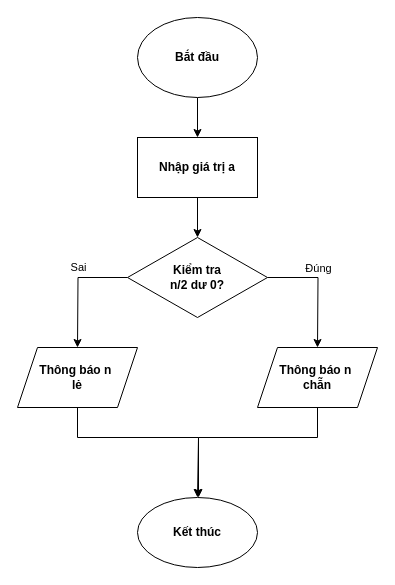
Above: Sesion1-Ex1.drawio in NguynHuuDai/baitapss1 (draw.io), before the change. Source tidied: cells renumbered, new cells numbered last; positions are measured from the earlier drawing's top-left corner, leaving out a move shared by most shapes. Both pictures are drawn from the tidied source at 100%, with x=0, y=0 at pixel (17, 17).
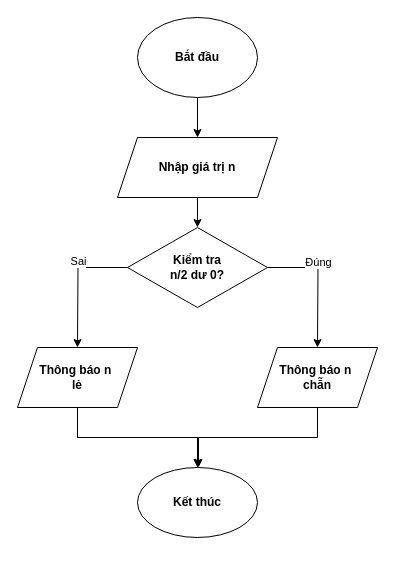
Above is the later version.

Unchanged cells that the change refers to:
```xml
<mxCell id="3" value="Bắt đầu" style="ellipse;whiteSpace=wrap;html=1;fontStyle=1;" parent="1" vertex="1">
  <mxGeometry x="120" width="120" height="80" as="geometry" />
</mxCell>
<mxCell id="12" value="&lt;b&gt;Thông báo n&amp;nbsp;&lt;/b&gt;&lt;div&gt;&lt;b&gt;lẻ&lt;/b&gt;&lt;/div&gt;" style="shape=parallelogram;perimeter=parallelogramPerimeter;whiteSpace=wrap;html=1;fixedSize=1;" parent="1" vertex="1">
  <mxGeometry y="330" width="120" height="60" as="geometry" />
</mxCell>
```

Change to the diagram source:
```diff
@@
-    <mxCell id="2" style="edgeStyle=orthogonalEdgeStyle;rounded=0;jettySize=auto;html=1;entryX=0.5;entryY=0;entryDx=0;entryDy=0;" parent="1" edge="1" source="3" target="5">
-      <mxGeometry relative="1" as="geometry" />
-    </mxCell>
+    <mxCell id="16" style="edgeStyle=orthogonalEdgeStyle;rounded=0;jettySize=auto;html=1;" parent="1" edge="1" source="3" target="17">
+      <mxGeometry relative="1" as="geometry" />
+    </mxCell>
@@
-    <mxCell id="4" style="edgeStyle=orthogonalEdgeStyle;rounded=0;jettySize=auto;html=1;" parent="1" edge="1" source="5" target="10">
-      <mxGeometry relative="1" as="geometry" />
+    <mxCell id="4" style="edgeStyle=orthogonalEdgeStyle;rounded=0;jettySize=auto;html=1;" parent="1" edge="1" source="17" target="10">
+      <mxGeometry relative="1" as="geometry">
+        <Array as="points">
+          <mxPoint x="180" y="210" />
+          <mxPoint x="180" y="210" />
+        </Array>
+      </mxGeometry>
     </mxCell>
-    <mxCell id="5" value="Nhập giá trị a" style="whiteSpace=wrap;html=1;fontStyle=1;" parent="1" vertex="1">
-      <mxGeometry x="120" y="120" width="120" height="60" as="geometry" />
-    </mxCell>
@@
     <mxCell id="10" value="Kiểm tra&lt;div&gt;n/2 dư 0?&lt;/div&gt;" style="rhombus;whiteSpace=wrap;html=1;fontStyle=1;" parent="1" vertex="1">
-      <mxGeometry x="110" y="220" width="140" height="80" as="geometry" />
+      <mxGeometry x="110" y="210" width="140" height="80" as="geometry" />
     </mxCell>
-    <mxCell id="11" style="edgeStyle=orthogonalEdgeStyle;rounded=0;jettySize=auto;html=1;" parent="1" edge="1" source="12">
+    <mxCell id="11" style="edgeStyle=orthogonalEdgeStyle;rounded=0;jettySize=auto;html=1;" parent="1" edge="1" source="15">
       <mxGeometry relative="1" as="geometry">
         <mxPoint x="180" y="480" as="targetPoint" />
         <Array as="points">
           <mxPoint x="60" y="420" />
           <mxPoint x="181" y="420" />
         </Array>
       </mxGeometry>
     </mxCell>
@@
+    <mxCell id="17" value="&lt;b&gt;Nhập giá trị n&lt;/b&gt;" style="shape=parallelogram;perimeter=parallelogramPerimeter;whiteSpace=wrap;html=1;fixedSize=1;" parent="1" vertex="1">
+      <mxGeometry x="100" y="120" width="160" height="60" as="geometry" />
+    </mxCell>
+    <mxCell id="18" style="edgeStyle=orthogonalEdgeStyle;rounded=0;jettySize=auto;html=1;" parent="1" edge="1" source="12" target="15">
+      <mxGeometry relative="1" as="geometry" />
+    </mxCell>
     <mxCell id="15" value="Kết thúc" style="ellipse;whiteSpace=wrap;html=1;fontStyle=1;" parent="1" vertex="1">
-      <mxGeometry x="120" y="480" width="120" height="70" as="geometry" />
+      <mxGeometry x="120" y="450" width="120" height="70" as="geometry" />
     </mxCell>
```
